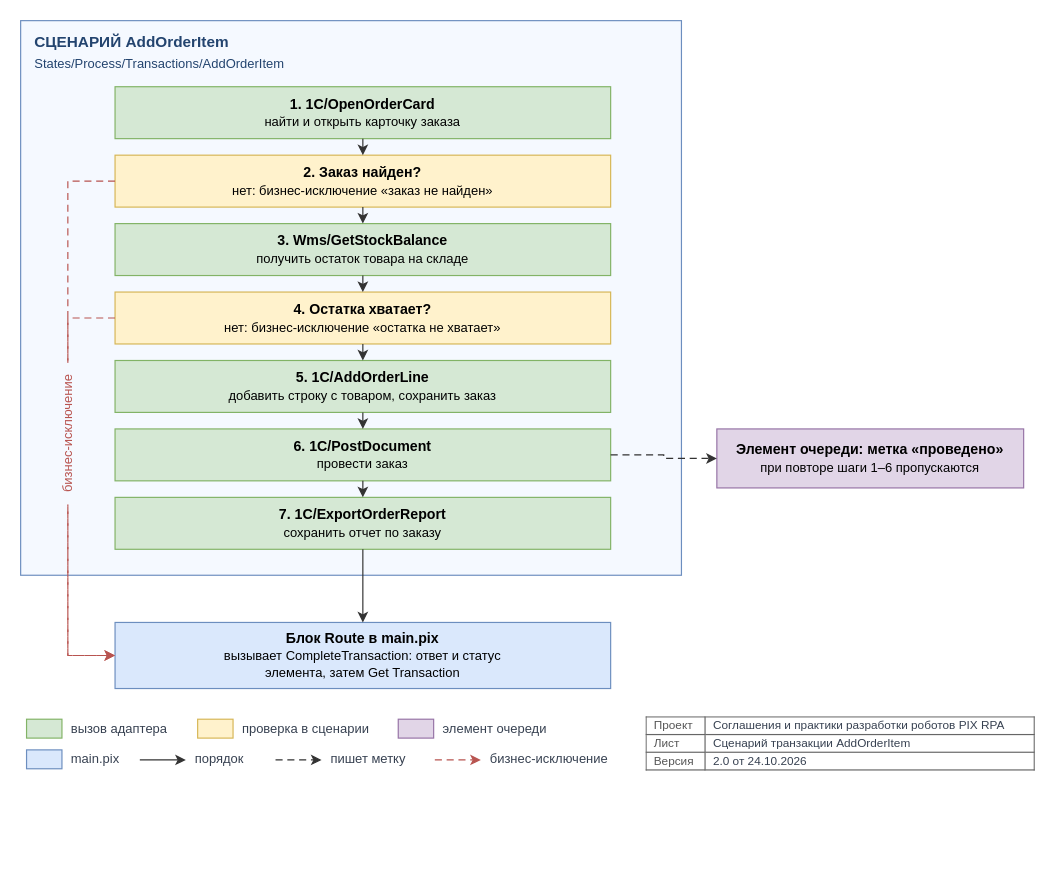
This is page "template / template-scenario" (5 of 6) of images/diagrams.drawio from TheMrDJek/PixRpaDevelopmentConventions, a draw.io file, before an edit. Source tidied: cells renumbered, new cells numbered last; positions are measured from the earlier drawing's top-left corner, leaving out a move shared by most shapes. Both pictures are drawn from the tidied source at 118%, with x=0, y=0 at pixel (20, 20).
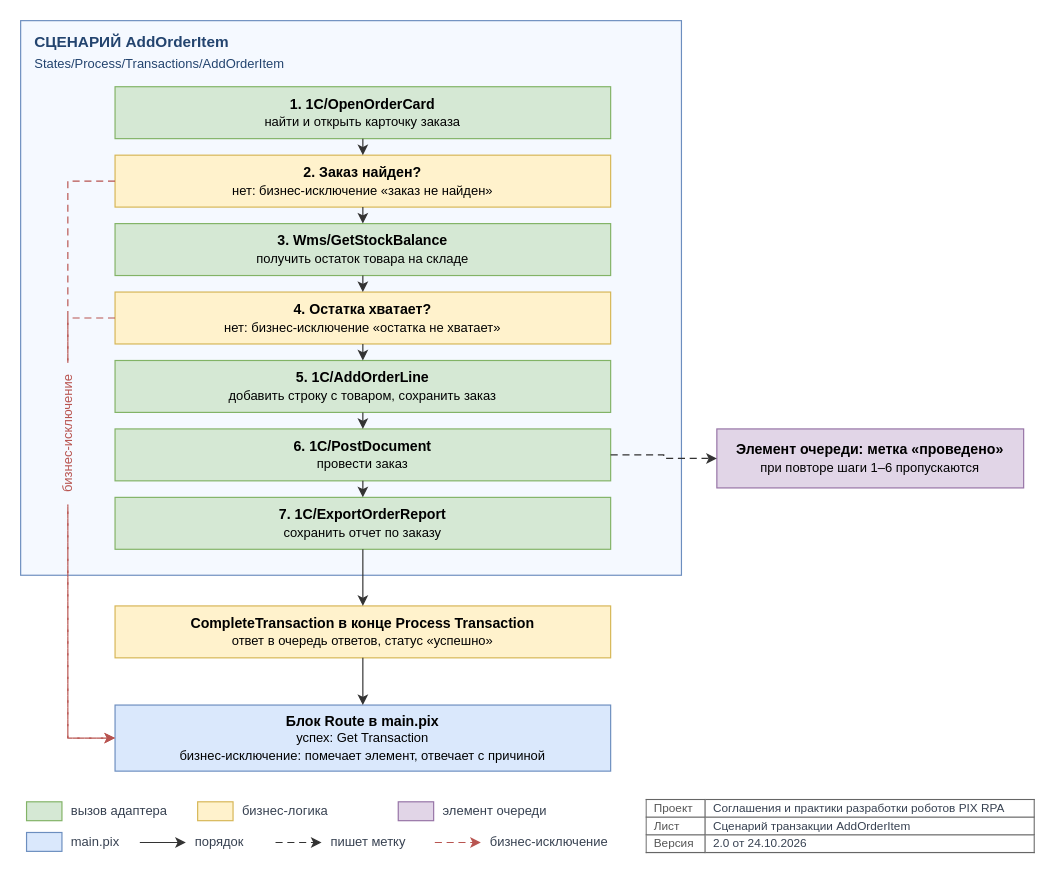
Above is the later version.

Unchanged cells that the change refers to:
```xml
<mxCell id="5" value="&lt;b&gt;2. Заказ найден?&lt;/b&gt;&lt;br&gt;&lt;font style=&quot;font-size:11px&quot;&gt;нет: бизнес-исключение «заказ не найден»&lt;/font&gt;" style="rounded=0;fillColor=#FFF2CC;strokeColor=#D6B656;strokeWidth=1;fontColor=#000000;fontSize=12;whiteSpace=wrap;html=1;fontFamily=Helvetica;" parent="1" vertex="1">
  <mxGeometry x="80" y="114" width="420" height="44" as="geometry" />
</mxCell>
<mxCell id="7" value="&lt;b&gt;4. Остатка хватает?&lt;/b&gt;&lt;br&gt;&lt;font style=&quot;font-size:11px&quot;&gt;нет: бизнес-исключение «остатка не хватает»&lt;/font&gt;" style="rounded=0;fillColor=#FFF2CC;strokeColor=#D6B656;strokeWidth=1;fontColor=#000000;fontSize=12;whiteSpace=wrap;html=1;fontFamily=Helvetica;" parent="1" vertex="1">
  <mxGeometry x="80" y="230" width="420" height="44" as="geometry" />
</mxCell>
```

What changed in the source:
```diff
@@
-    <mxCell id="19" value="&lt;b&gt;Блок Route в main.pix&lt;/b&gt;&lt;br&gt;&lt;font style=&quot;font-size:11px&quot;&gt;вызывает CompleteTransaction: ответ и статус&lt;br&gt;элемента, затем Get Transaction&lt;/font&gt;" style="rounded=0;fillColor=#DAE8FC;strokeColor=#6C8EBF;strokeWidth=1;fontColor=#000000;fontSize=12;whiteSpace=wrap;html=1;fontFamily=Helvetica;" parent="1" vertex="1">
-      <mxGeometry x="80" y="510" width="420" height="56" as="geometry" />
+    <mxCell id="19" value="&lt;b&gt;CompleteTransaction в конце Process Transaction&lt;/b&gt;&lt;br&gt;&lt;font style=&quot;font-size:11px&quot;&gt;ответ в очередь ответов, статус «успешно»&lt;/font&gt;" style="rounded=0;fillColor=#FFF2CC;strokeColor=#D6B656;strokeWidth=1;fontColor=#000000;fontSize=12;whiteSpace=wrap;html=1;fontFamily=Helvetica;" parent="1" vertex="1">
+      <mxGeometry x="80" y="496" width="420" height="44" as="geometry" />
     </mxCell>
@@
-    <mxCell id="21" style="edgeStyle=orthogonalEdgeStyle;rounded=0;html=1;strokeColor=#333333;strokeWidth=1;endArrow=classic;endFill=1;fontSize=11;fontColor=#000000;labelBackgroundColor=#FFFFFF;jumpStyle=arc;jumpSize=8;fontFamily=Helvetica;strokeColor=#B85450;fontColor=#B85450;dashed=1;dashPattern=6 4;exitX=0;exitY=0.5;exitDx=0;exitDy=0;entryX=0;entryY=0.5;entryDx=0;entryDy=0;" parent="1" edge="1" source="5" target="19">
-      <mxGeometry relative="1" as="geometry">
-        <Array as="points">
-          <mxPoint x="40" y="136" />
-          <mxPoint x="40" y="538" />
-        </Array>
-      </mxGeometry>
+    <mxCell id="21" value="&lt;b&gt;Блок Route в main.pix&lt;/b&gt;&lt;br&gt;&lt;font style=&quot;font-size:11px&quot;&gt;успех: Get Transaction&lt;br&gt;бизнес-исключение: помечает элемент, отвечает с причиной&lt;/font&gt;" style="rounded=0;fillColor=#DAE8FC;strokeColor=#6C8EBF;strokeWidth=1;fontColor=#000000;fontSize=12;whiteSpace=wrap;html=1;fontFamily=Helvetica;" parent="1" vertex="1">
+      <mxGeometry x="80" y="580" width="420" height="56" as="geometry" />
     </mxCell>
-    <mxCell id="22" style="edgeStyle=orthogonalEdgeStyle;rounded=0;html=1;strokeColor=#333333;strokeWidth=1;endArrow=classic;endFill=1;fontSize=11;fontColor=#000000;labelBackgroundColor=#FFFFFF;jumpStyle=arc;jumpSize=8;fontFamily=Helvetica;strokeColor=#B85450;fontColor=#B85450;dashed=1;dashPattern=6 4;exitX=0;exitY=0.5;exitDx=0;exitDy=0;entryX=0;entryY=0.5;entryDx=0;entryDy=0;" parent="1" edge="1" source="7" target="19">
-      <mxGeometry relative="1" as="geometry">
-        <Array as="points">
-          <mxPoint x="40" y="252" />
-          <mxPoint x="40" y="538" />
-        </Array>
-      </mxGeometry>
+    <mxCell id="22" style="edgeStyle=orthogonalEdgeStyle;rounded=0;html=1;strokeColor=#333333;strokeWidth=1;endArrow=classic;endFill=1;fontSize=11;fontColor=#000000;labelBackgroundColor=#FFFFFF;jumpStyle=arc;jumpSize=8;fontFamily=Helvetica;" parent="1" edge="1" source="19" target="21">
+      <mxGeometry relative="1" as="geometry" />
     </mxCell>
-    <mxCell id="23" value="бизнес-исключение" style="text;horizontal=0;fillColor=#F5F9FF;strokeColor=none;fontSize=11;fontColor=#B85450;align=center;verticalAlign=middle;whiteSpace=wrap;html=1;fontFamily=Helvetica;" parent="1" vertex="1">
-      <mxGeometry x="31" y="290" width="18" height="120" as="geometry" />
+    <mxCell id="23" style="edgeStyle=orthogonalEdgeStyle;rounded=0;html=1;strokeColor=#333333;strokeWidth=1;endArrow=classic;endFill=1;fontSize=11;fontColor=#000000;labelBackgroundColor=#FFFFFF;jumpStyle=arc;jumpSize=8;fontFamily=Helvetica;strokeColor=#B85450;fontColor=#B85450;dashed=1;dashPattern=6 4;exitX=0;exitY=0.5;exitDx=0;exitDy=0;entryX=0;entryY=0.5;entryDx=0;entryDy=0;" parent="1" edge="1" source="5" target="21">
+      <mxGeometry relative="1" as="geometry">
+        <Array as="points">
+          <mxPoint x="40" y="136" />
+          <mxPoint x="40" y="608" />
+        </Array>
+      </mxGeometry>
     </mxCell>
-    <mxCell id="24" style="rounded=0;fillColor=#D5E8D4;strokeColor=#82B366;strokeWidth=1;fontColor=#000000;fontSize=12;whiteSpace=wrap;html=1;fontFamily=Helvetica;" parent="1" vertex="1">
-      <mxGeometry x="5" y="592" width="30" height="16" as="geometry" />
+    <mxCell id="24" style="edgeStyle=orthogonalEdgeStyle;rounded=0;html=1;strokeColor=#333333;strokeWidth=1;endArrow=classic;endFill=1;fontSize=11;fontColor=#000000;labelBackgroundColor=#FFFFFF;jumpStyle=arc;jumpSize=8;fontFamily=Helvetica;strokeColor=#B85450;fontColor=#B85450;dashed=1;dashPattern=6 4;exitX=0;exitY=0.5;exitDx=0;exitDy=0;entryX=0;entryY=0.5;entryDx=0;entryDy=0;" parent="1" edge="1" source="7" target="21">
+      <mxGeometry relative="1" as="geometry">
+        <Array as="points">
+          <mxPoint x="40" y="252" />
+          <mxPoint x="40" y="608" />
+        </Array>
+      </mxGeometry>
     </mxCell>
-    <mxCell id="25" value="вызов адаптера" style="text;strokeColor=none;fillColor=none;align=left;verticalAlign=middle;fontSize=12;fontColor=#374151;whiteSpace=wrap;html=1;fontFamily=Helvetica;fontSize=11;" parent="1" vertex="1">
-      <mxGeometry x="41" y="590" width="108" height="20" as="geometry" />
+    <mxCell id="25" value="бизнес-исключение" style="text;horizontal=0;fillColor=#F5F9FF;strokeColor=none;fontSize=11;fontColor=#B85450;align=center;verticalAlign=middle;whiteSpace=wrap;html=1;fontFamily=Helvetica;" parent="1" vertex="1">
+      <mxGeometry x="31" y="290" width="18" height="120" as="geometry" />
     </mxCell>
-    <mxCell id="26" style="rounded=0;fillColor=#FFF2CC;strokeColor=#D6B656;strokeWidth=1;fontColor=#000000;fontSize=12;whiteSpace=wrap;html=1;fontFamily=Helvetica;" parent="1" vertex="1">
-      <mxGeometry x="150" y="592" width="30" height="16" as="geometry" />
+    <mxCell id="26" style="rounded=0;fillColor=#D5E8D4;strokeColor=#82B366;strokeWidth=1;fontColor=#000000;fontSize=12;whiteSpace=wrap;html=1;fontFamily=Helvetica;" parent="1" vertex="1">
+      <mxGeometry x="5" y="662" width="30" height="16" as="geometry" />
     </mxCell>
-    <mxCell id="27" value="проверка в сценарии" style="text;strokeColor=none;fillColor=none;align=left;verticalAlign=middle;fontSize=12;fontColor=#374151;whiteSpace=wrap;html=1;fontFamily=Helvetica;fontSize=11;" parent="1" vertex="1">
-      <mxGeometry x="186" y="590" width="143" height="20" as="geometry" />
+    <mxCell id="27" value="вызов адаптера" style="text;strokeColor=none;fillColor=none;align=left;verticalAlign=middle;fontSize=12;fontColor=#374151;whiteSpace=wrap;html=1;fontFamily=Helvetica;fontSize=11;" parent="1" vertex="1">
+      <mxGeometry x="41" y="660" width="108" height="20" as="geometry" />
     </mxCell>
-    <mxCell id="28" style="rounded=0;fillColor=#E1D5E7;strokeColor=#9673A6;strokeWidth=1;fontColor=#000000;fontSize=12;whiteSpace=wrap;html=1;fontFamily=Helvetica;" parent="1" vertex="1">
-      <mxGeometry x="320" y="592" width="30" height="16" as="geometry" />
+    <mxCell id="28" style="rounded=0;fillColor=#FFF2CC;strokeColor=#D6B656;strokeWidth=1;fontColor=#000000;fontSize=12;whiteSpace=wrap;html=1;fontFamily=Helvetica;" parent="1" vertex="1">
+      <mxGeometry x="150" y="662" width="30" height="16" as="geometry" />
     </mxCell>
-    <mxCell id="29" value="элемент очереди" style="text;strokeColor=none;fillColor=none;align=left;verticalAlign=middle;fontSize=12;fontColor=#374151;whiteSpace=wrap;html=1;fontFamily=Helvetica;fontSize=11;" parent="1" vertex="1">
-      <mxGeometry x="356" y="590" width="115" height="20" as="geometry" />
+    <mxCell id="29" value="бизнес-логика" style="text;strokeColor=none;fillColor=none;align=left;verticalAlign=middle;fontSize=12;fontColor=#374151;whiteSpace=wrap;html=1;fontFamily=Helvetica;fontSize=11;" parent="1" vertex="1">
+      <mxGeometry x="186" y="660" width="101" height="20" as="geometry" />
     </mxCell>
-    <mxCell id="30" style="rounded=0;fillColor=#DAE8FC;strokeColor=#6C8EBF;strokeWidth=1;fontColor=#000000;fontSize=12;whiteSpace=wrap;html=1;fontFamily=Helvetica;" parent="1" vertex="1">
-      <mxGeometry x="5" y="618" width="30" height="16" as="geometry" />
+    <mxCell id="30" style="rounded=0;fillColor=#E1D5E7;strokeColor=#9673A6;strokeWidth=1;fontColor=#000000;fontSize=12;whiteSpace=wrap;html=1;fontFamily=Helvetica;" parent="1" vertex="1">
+      <mxGeometry x="320" y="662" width="30" height="16" as="geometry" />
     </mxCell>
-    <mxCell id="31" value="main.pix" style="text;strokeColor=none;fillColor=none;align=left;verticalAlign=middle;fontSize=12;fontColor=#374151;whiteSpace=wrap;html=1;fontFamily=Helvetica;fontSize=11;" parent="1" vertex="1">
-      <mxGeometry x="41" y="616" width="66" height="20" as="geometry" />
+    <mxCell id="31" value="элемент очереди" style="text;strokeColor=none;fillColor=none;align=left;verticalAlign=middle;fontSize=12;fontColor=#374151;whiteSpace=wrap;html=1;fontFamily=Helvetica;fontSize=11;" parent="1" vertex="1">
+      <mxGeometry x="356" y="660" width="115" height="20" as="geometry" />
     </mxCell>
-    <mxCell id="32" style="text;strokeColor=none;fillColor=none;align=left;verticalAlign=middle;fontSize=12;fontColor=#374151;whiteSpace=wrap;html=1;fontFamily=Helvetica;opacity=0;" parent="1" vertex="1">
-      <mxGeometry x="100" y="626" width="1" height="1" as="geometry" />
+    <mxCell id="32" style="rounded=0;fillColor=#DAE8FC;strokeColor=#6C8EBF;strokeWidth=1;fontColor=#000000;fontSize=12;whiteSpace=wrap;html=1;fontFamily=Helvetica;" parent="1" vertex="1">
+      <mxGeometry x="5" y="688" width="30" height="16" as="geometry" />
     </mxCell>
-    <mxCell id="33" style="text;strokeColor=none;fillColor=none;align=left;verticalAlign=middle;fontSize=12;fontColor=#374151;whiteSpace=wrap;html=1;fontFamily=Helvetica;opacity=0;" parent="1" vertex="1">
-      <mxGeometry x="140" y="626" width="1" height="1" as="geometry" />
+    <mxCell id="33" value="main.pix" style="text;strokeColor=none;fillColor=none;align=left;verticalAlign=middle;fontSize=12;fontColor=#374151;whiteSpace=wrap;html=1;fontFamily=Helvetica;fontSize=11;" parent="1" vertex="1">
+      <mxGeometry x="41" y="686" width="66" height="20" as="geometry" />
     </mxCell>
-    <mxCell id="34" style="edgeStyle=orthogonalEdgeStyle;rounded=0;html=1;strokeColor=#333333;strokeWidth=1;endArrow=classic;endFill=1;fontSize=11;fontColor=#000000;labelBackgroundColor=#FFFFFF;jumpStyle=arc;jumpSize=8;fontFamily=Helvetica;" parent="1" edge="1" source="32" target="33">
-      <mxGeometry relative="1" as="geometry" />
+    <mxCell id="34" style="text;strokeColor=none;fillColor=none;align=left;verticalAlign=middle;fontSize=12;fontColor=#374151;whiteSpace=wrap;html=1;fontFamily=Helvetica;opacity=0;" parent="1" vertex="1">
+      <mxGeometry x="100" y="696" width="1" height="1" as="geometry" />
     </mxCell>
-    <mxCell id="35" value="порядок" style="text;strokeColor=none;fillColor=none;align=left;verticalAlign=middle;fontSize=12;fontColor=#374151;whiteSpace=wrap;html=1;fontFamily=Helvetica;fontSize=11;" parent="1" vertex="1">
-      <mxGeometry x="146" y="616" width="59" height="20" as="geometry" />
+    <mxCell id="35" style="text;strokeColor=none;fillColor=none;align=left;verticalAlign=middle;fontSize=12;fontColor=#374151;whiteSpace=wrap;html=1;fontFamily=Helvetica;opacity=0;" parent="1" vertex="1">
+      <mxGeometry x="140" y="696" width="1" height="1" as="geometry" />
     </mxCell>
-    <mxCell id="36" style="text;strokeColor=none;fillColor=none;align=left;verticalAlign=middle;fontSize=12;fontColor=#374151;whiteSpace=wrap;html=1;fontFamily=Helvetica;opacity=0;" parent="1" vertex="1">
-      <mxGeometry x="215" y="626" width="1" height="1" as="geometry" />
+    <mxCell id="36" style="edgeStyle=orthogonalEdgeStyle;rounded=0;html=1;strokeColor=#333333;strokeWidth=1;endArrow=classic;endFill=1;fontSize=11;fontColor=#000000;labelBackgroundColor=#FFFFFF;jumpStyle=arc;jumpSize=8;fontFamily=Helvetica;" parent="1" edge="1" source="34" target="35">
+      <mxGeometry relative="1" as="geometry" />
     </mxCell>
-    <mxCell id="37" style="text;strokeColor=none;fillColor=none;align=left;verticalAlign=middle;fontSize=12;fontColor=#374151;whiteSpace=wrap;html=1;fontFamily=Helvetica;opacity=0;" parent="1" vertex="1">
-      <mxGeometry x="255" y="626" width="1" height="1" as="geometry" />
+    <mxCell id="37" value="порядок" style="text;strokeColor=none;fillColor=none;align=left;verticalAlign=middle;fontSize=12;fontColor=#374151;whiteSpace=wrap;html=1;fontFamily=Helvetica;fontSize=11;" parent="1" vertex="1">
+      <mxGeometry x="146" y="686" width="59" height="20" as="geometry" />
     </mxCell>
-    <mxCell id="38" style="edgeStyle=orthogonalEdgeStyle;rounded=0;html=1;strokeColor=#333333;strokeWidth=1;endArrow=classic;endFill=1;fontSize=11;fontColor=#000000;labelBackgroundColor=#FFFFFF;jumpStyle=arc;jumpSize=8;fontFamily=Helvetica;dashed=1;dashPattern=6 4;" parent="1" edge="1" source="36" target="37">
-      <mxGeometry relative="1" as="geometry" />
+    <mxCell id="38" style="text;strokeColor=none;fillColor=none;align=left;verticalAlign=middle;fontSize=12;fontColor=#374151;whiteSpace=wrap;html=1;fontFamily=Helvetica;opacity=0;" parent="1" vertex="1">
+      <mxGeometry x="215" y="696" width="1" height="1" as="geometry" />
     </mxCell>
-    <mxCell id="39" value="пишет метку" style="text;strokeColor=none;fillColor=none;align=left;verticalAlign=middle;fontSize=12;fontColor=#374151;whiteSpace=wrap;html=1;fontFamily=Helvetica;fontSize=11;" parent="1" vertex="1">
-      <mxGeometry x="261" y="616" width="80" height="20" as="geometry" />
+    <mxCell id="39" style="text;strokeColor=none;fillColor=none;align=left;verticalAlign=middle;fontSize=12;fontColor=#374151;whiteSpace=wrap;html=1;fontFamily=Helvetica;opacity=0;" parent="1" vertex="1">
+      <mxGeometry x="255" y="696" width="1" height="1" as="geometry" />
     </mxCell>
-    <mxCell id="40" style="text;strokeColor=none;fillColor=none;align=left;verticalAlign=middle;fontSize=12;fontColor=#374151;whiteSpace=wrap;html=1;fontFamily=Helvetica;opacity=0;" parent="1" vertex="1">
-      <mxGeometry x="350" y="626" width="1" height="1" as="geometry" />
+    <mxCell id="40" style="edgeStyle=orthogonalEdgeStyle;rounded=0;html=1;strokeColor=#333333;strokeWidth=1;endArrow=classic;endFill=1;fontSize=11;fontColor=#000000;labelBackgroundColor=#FFFFFF;jumpStyle=arc;jumpSize=8;fontFamily=Helvetica;dashed=1;dashPattern=6 4;" parent="1" edge="1" source="38" target="39">
+      <mxGeometry relative="1" as="geometry" />
     </mxCell>
-    <mxCell id="41" style="text;strokeColor=none;fillColor=none;align=left;verticalAlign=middle;fontSize=12;fontColor=#374151;whiteSpace=wrap;html=1;fontFamily=Helvetica;opacity=0;" parent="1" vertex="1">
-      <mxGeometry x="390" y="626" width="1" height="1" as="geometry" />
+    <mxCell id="41" value="пишет метку" style="text;strokeColor=none;fillColor=none;align=left;verticalAlign=middle;fontSize=12;fontColor=#374151;whiteSpace=wrap;html=1;fontFamily=Helvetica;fontSize=11;" parent="1" vertex="1">
+      <mxGeometry x="261" y="686" width="80" height="20" as="geometry" />
     </mxCell>
-    <mxCell id="42" style="edgeStyle=orthogonalEdgeStyle;rounded=0;html=1;strokeColor=#333333;strokeWidth=1;endArrow=classic;endFill=1;fontSize=11;fontColor=#000000;labelBackgroundColor=#FFFFFF;jumpStyle=arc;jumpSize=8;fontFamily=Helvetica;strokeColor=#B85450;fontColor=#B85450;dashed=1;dashPattern=6 4;" parent="1" edge="1" source="40" target="41">
-      <mxGeometry relative="1" as="geometry" />
+    <mxCell id="42" style="text;strokeColor=none;fillColor=none;align=left;verticalAlign=middle;fontSize=12;fontColor=#374151;whiteSpace=wrap;html=1;fontFamily=Helvetica;opacity=0;" parent="1" vertex="1">
+      <mxGeometry x="350" y="696" width="1" height="1" as="geometry" />
     </mxCell>
-    <mxCell id="43" value="бизнес-исключение" style="text;strokeColor=none;fillColor=none;align=left;verticalAlign=middle;fontSize=12;fontColor=#374151;whiteSpace=wrap;html=1;fontFamily=Helvetica;fontSize=11;" parent="1" vertex="1">
-      <mxGeometry x="396" y="616" width="120" height="20" as="geometry" />
+    <mxCell id="43" style="text;strokeColor=none;fillColor=none;align=left;verticalAlign=middle;fontSize=12;fontColor=#374151;whiteSpace=wrap;html=1;fontFamily=Helvetica;opacity=0;" parent="1" vertex="1">
+      <mxGeometry x="390" y="696" width="1" height="1" as="geometry" />
     </mxCell>
-    <mxCell id="44" value="&lt;table style=&quot;border-collapse:collapse;width:100%;font-size:10px&quot;&gt;&lt;tr&gt;&lt;td style=&quot;border:1px solid #666;padding:1px 6px;color:#555&quot;&gt;Проект&lt;/td&gt;&lt;td style=&quot;border:1px solid #666;padding:1px 6px&quot;&gt;Соглашения и практики разработки роботов PIX RPA&lt;/td&gt;&lt;/tr&gt;&lt;tr&gt;&lt;td style=&quot;border:1px solid #666;padding:1px 6px;color:#555&quot;&gt;Лист&lt;/td&gt;&lt;td style=&quot;border:1px solid #666;padding:1px 6px&quot;&gt;Сценарий транзакции AddOrderItem&lt;/td&gt;&lt;/tr&gt;&lt;tr&gt;&lt;td style=&quot;border:1px solid #666;padding:1px 6px;color:#555&quot;&gt;Версия&lt;/td&gt;&lt;td style=&quot;border:1px solid #666;padding:1px 6px&quot;&gt;2.0 от 24.10.2026&lt;/td&gt;&lt;/tr&gt;&lt;/table&gt;" style="text;strokeColor=none;fillColor=none;align=left;verticalAlign=middle;fontSize=12;fontColor=#374151;whiteSpace=wrap;html=1;fontFamily=Helvetica;verticalAlign=top;overflow=fill;" parent="1" vertex="1">
-      <mxGeometry x="530" y="590" width="330" height="54" as="geometry" />
+    <mxCell id="44" style="edgeStyle=orthogonalEdgeStyle;rounded=0;html=1;strokeColor=#333333;strokeWidth=1;endArrow=classic;endFill=1;fontSize=11;fontColor=#000000;labelBackgroundColor=#FFFFFF;jumpStyle=arc;jumpSize=8;fontFamily=Helvetica;strokeColor=#B85450;fontColor=#B85450;dashed=1;dashPattern=6 4;" parent="1" edge="1" source="42" target="43">
+      <mxGeometry relative="1" as="geometry" />
     </mxCell>
+    <mxCell id="45" value="бизнес-исключение" style="text;strokeColor=none;fillColor=none;align=left;verticalAlign=middle;fontSize=12;fontColor=#374151;whiteSpace=wrap;html=1;fontFamily=Helvetica;fontSize=11;" parent="1" vertex="1">
+      <mxGeometry x="396" y="686" width="120" height="20" as="geometry" />
+    </mxCell>
+    <mxCell id="46" value="&lt;table style=&quot;border-collapse:collapse;width:100%;font-size:10px&quot;&gt;&lt;tr&gt;&lt;td style=&quot;border:1px solid #666;padding:1px 6px;color:#555&quot;&gt;Проект&lt;/td&gt;&lt;td style=&quot;border:1px solid #666;padding:1px 6px&quot;&gt;Соглашения и практики разработки роботов PIX RPA&lt;/td&gt;&lt;/tr&gt;&lt;tr&gt;&lt;td style=&quot;border:1px solid #666;padding:1px 6px;color:#555&quot;&gt;Лист&lt;/td&gt;&lt;td style=&quot;border:1px solid #666;padding:1px 6px&quot;&gt;Сценарий транзакции AddOrderItem&lt;/td&gt;&lt;/tr&gt;&lt;tr&gt;&lt;td style=&quot;border:1px solid #666;padding:1px 6px;color:#555&quot;&gt;Версия&lt;/td&gt;&lt;td style=&quot;border:1px solid #666;padding:1px 6px&quot;&gt;2.0 от 24.10.2026&lt;/td&gt;&lt;/tr&gt;&lt;/table&gt;" style="text;strokeColor=none;fillColor=none;align=left;verticalAlign=middle;fontSize=12;fontColor=#374151;whiteSpace=wrap;html=1;fontFamily=Helvetica;verticalAlign=top;overflow=fill;" parent="1" vertex="1">
+      <mxGeometry x="530" y="660" width="330" height="54" as="geometry" />
+    </mxCell>
```
